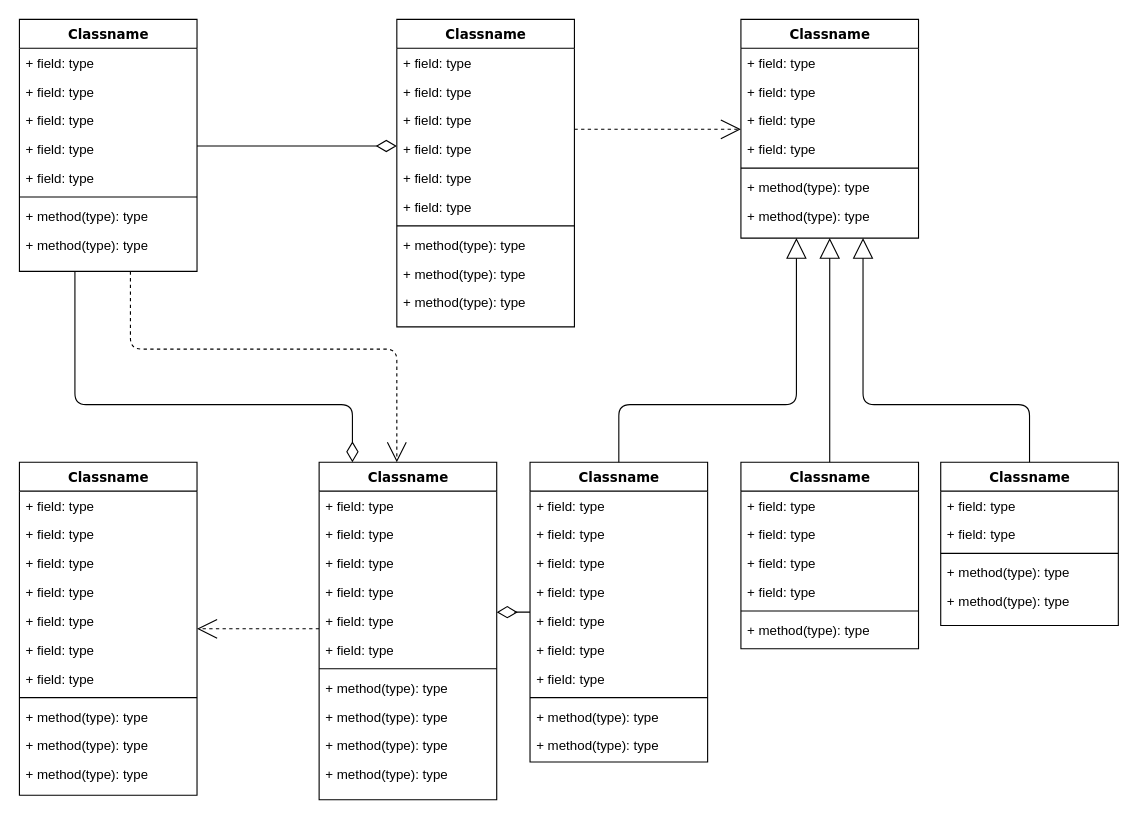
Above: schema/Диаграмма без названия.drawio in IWerwolfe/Telegram (draw.io), before the change. Source tidied: cells renumbered, new cells numbered last; positions are measured from the earlier drawing's top-left corner, leaving out a move shared by most shapes. Both pictures are drawn from the tidied source at 111%, with x=0, y=0 at pixel (19, 19).
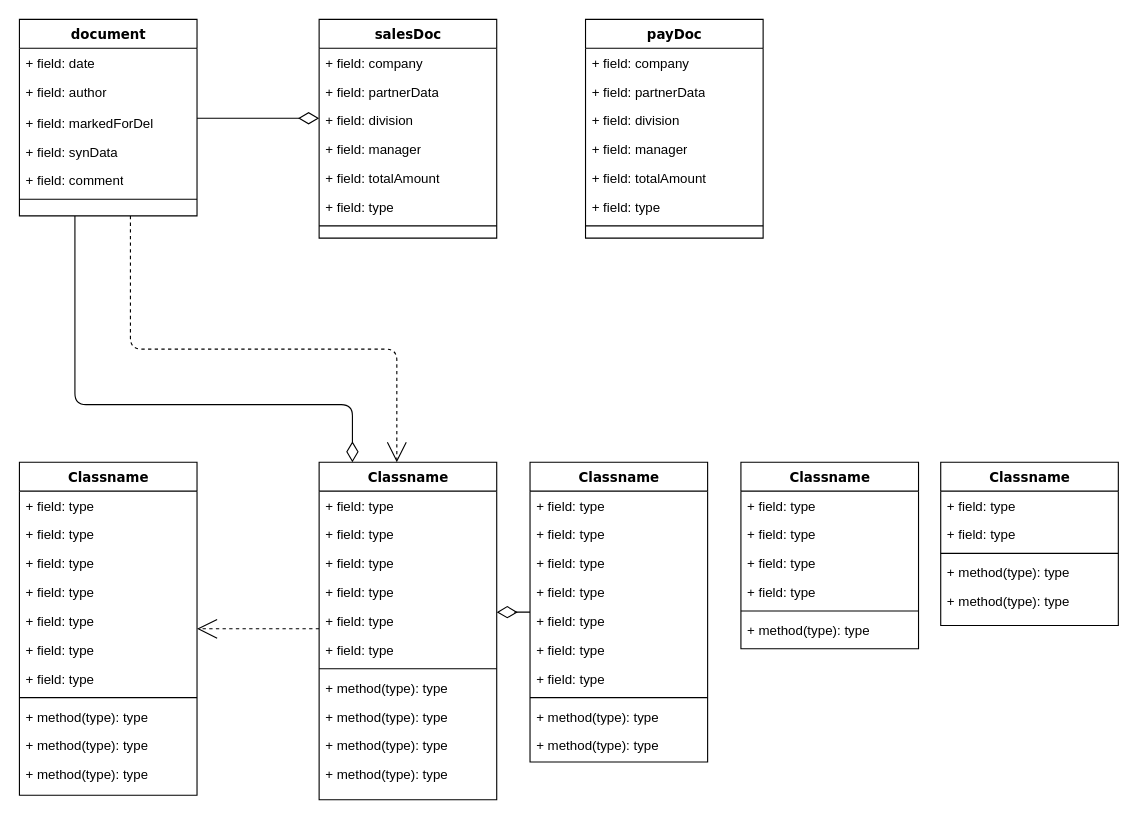
The same diagram, later.

Unchanged cells that the change refers to:
```xml
<mxCell id="60" value="Classname" style="swimlane;html=1;fontStyle=1;align=center;verticalAlign=top;horizontal=1;startSize=26;swimlaneFillColor=#ffffff;rounded=0;shadow=0;comic=0;labelBackgroundColor=none;strokeWidth=1;fillColor=none;fontFamily=Verdana;fontSize=12;" parent="1" vertex="1">
  <mxGeometry x="460" y="399" width="160" height="270" as="geometry" />
</mxCell>
<mxCell id="72" value="Classname" style="swimlane;html=1;fontStyle=1;align=center;verticalAlign=top;horizontal=1;startSize=26;swimlaneFillColor=#ffffff;rounded=0;shadow=0;comic=0;labelBackgroundColor=none;strokeWidth=1;fillColor=none;fontFamily=Verdana;fontSize=12;" parent="1" vertex="1">
  <mxGeometry x="650" y="399" width="160" height="168" as="geometry" />
</mxCell>
<mxCell id="80" value="Classname" style="swimlane;html=1;fontStyle=1;align=center;verticalAlign=top;horizontal=1;startSize=26;swimlaneFillColor=#ffffff;rounded=0;shadow=0;comic=0;labelBackgroundColor=none;strokeWidth=1;fillColor=none;fontFamily=Verdana;fontSize=12;" parent="1" vertex="1">
  <mxGeometry x="830" y="399" width="160" height="147" as="geometry" />
</mxCell>
```

Diff of the diagram source:
```diff
@@
-    <mxCell id="4" value="Classname" style="swimlane;html=1;fontStyle=1;align=center;verticalAlign=top;horizontal=1;startSize=26;swimlaneFillColor=#ffffff;rounded=0;shadow=0;comic=0;labelBackgroundColor=none;strokeWidth=1;fillColor=none;fontFamily=Verdana;fontSize=12;" parent="1" vertex="1">
-      <mxGeometry width="160" height="227" as="geometry" />
+    <mxCell id="4" value="document" style="swimlane;html=1;fontStyle=1;align=center;verticalAlign=top;horizontal=1;startSize=26;swimlaneFillColor=#ffffff;rounded=0;shadow=0;comic=0;labelBackgroundColor=none;strokeWidth=1;fillColor=none;fontFamily=Verdana;fontSize=12;" parent="1" vertex="1">
+      <mxGeometry width="160" height="177" as="geometry" />
     </mxCell>
-    <mxCell id="5" value="+ field: type" style="text;html=1;strokeColor=none;fillColor=none;align=left;verticalAlign=top;spacingLeft=4;spacingRight=4;whiteSpace=wrap;overflow=hidden;" parent="4" vertex="1">
+    <mxCell id="5" value="+ field: date" style="text;html=1;strokeColor=none;fillColor=none;align=left;verticalAlign=top;spacingLeft=4;spacingRight=4;whiteSpace=wrap;overflow=hidden;" parent="4" vertex="1">
       <mxGeometry y="26" width="160" height="26" as="geometry" />
     </mxCell>
-    <mxCell id="6" value="+ field: type" style="text;html=1;strokeColor=none;fillColor=none;align=left;verticalAlign=top;spacingLeft=4;spacingRight=4;whiteSpace=wrap;overflow=hidden;" parent="4" vertex="1">
-      <mxGeometry y="52" width="160" height="26" as="geometry" />
+    <mxCell id="6" value="+ field: author" style="text;html=1;strokeColor=none;fillColor=none;align=left;verticalAlign=top;spacingLeft=4;spacingRight=4;whiteSpace=wrap;overflow=hidden;" parent="4" vertex="1">
+      <mxGeometry y="52" width="160" height="28" as="geometry" />
     </mxCell>
-    <mxCell id="7" value="+ field: type" style="text;html=1;strokeColor=none;fillColor=none;align=left;verticalAlign=top;spacingLeft=4;spacingRight=4;whiteSpace=wrap;overflow=hidden;" parent="4" vertex="1">
-      <mxGeometry y="78" width="160" height="26" as="geometry" />
+    <mxCell id="7" value="+ field: markedForDel" style="text;html=1;strokeColor=none;fillColor=none;align=left;verticalAlign=top;spacingLeft=4;spacingRight=4;whiteSpace=wrap;overflow=hidden;" parent="4" vertex="1">
+      <mxGeometry y="80" width="160" height="26" as="geometry" />
     </mxCell>
-    <mxCell id="8" value="+ field: type" style="text;html=1;strokeColor=none;fillColor=none;align=left;verticalAlign=top;spacingLeft=4;spacingRight=4;whiteSpace=wrap;overflow=hidden;" parent="4" vertex="1">
-      <mxGeometry y="104" width="160" height="26" as="geometry" />
+    <mxCell id="8" value="+ field: synData" style="text;html=1;strokeColor=none;fillColor=none;align=left;verticalAlign=top;spacingLeft=4;spacingRight=4;whiteSpace=wrap;overflow=hidden;" parent="4" vertex="1">
+      <mxGeometry y="106" width="160" height="26" as="geometry" />
     </mxCell>
-    <mxCell id="9" value="+ field: type" style="text;html=1;strokeColor=none;fillColor=none;align=left;verticalAlign=top;spacingLeft=4;spacingRight=4;whiteSpace=wrap;overflow=hidden;" parent="4" vertex="1">
-      <mxGeometry y="130" width="160" height="26" as="geometry" />
+    <mxCell id="9" value="+ field: comment" style="text;html=1;strokeColor=none;fillColor=none;align=left;verticalAlign=top;spacingLeft=4;spacingRight=4;whiteSpace=wrap;overflow=hidden;" parent="4" vertex="1">
+      <mxGeometry y="132" width="160" height="26" as="geometry" />
     </mxCell>
     <mxCell id="10" style="line;html=1;strokeWidth=1;fillColor=none;align=left;verticalAlign=middle;spacingTop=-1;spacingLeft=3;spacingRight=3;labelPosition=right;" parent="4" vertex="1">
-      <mxGeometry y="156" width="160" height="8" as="geometry" />
+      <mxGeometry y="158" width="160" height="8" as="geometry" />
     </mxCell>
-    <mxCell id="11" value="+ method(type): type" style="text;html=1;strokeColor=none;fillColor=none;align=left;verticalAlign=top;spacingLeft=4;spacingRight=4;whiteSpace=wrap;overflow=hidden;" parent="4" vertex="1">
-      <mxGeometry y="164" width="160" height="26" as="geometry" />
-    </mxCell>
-    <mxCell id="12" value="+ method(type): type" style="text;html=1;strokeColor=none;fillColor=none;align=left;verticalAlign=top;spacingLeft=4;spacingRight=4;whiteSpace=wrap;overflow=hidden;" parent="4" vertex="1">
-      <mxGeometry y="190" width="160" height="26" as="geometry" />
-    </mxCell>
-    <mxCell id="13" style="edgeStyle=elbowEdgeStyle;html=1;labelBackgroundColor=none;startFill=0;startSize=8;endArrow=open;endFill=0;endSize=16;fontFamily=Verdana;fontSize=12;elbow=vertical;dashed=1;" parent="1" edge="1" source="14" target="25">
-      <mxGeometry relative="1" as="geometry" />
-    </mxCell>
-    <mxCell id="14" value="Classname" style="swimlane;html=1;fontStyle=1;align=center;verticalAlign=top;horizontal=1;startSize=26;swimlaneFillColor=#ffffff;rounded=0;shadow=0;comic=0;labelBackgroundColor=none;strokeWidth=1;fillColor=none;fontFamily=Verdana;fontSize=12;" parent="1" vertex="1">
-      <mxGeometry x="340" width="160" height="277" as="geometry" />
+    <mxCell id="14" value="salesDoc" style="swimlane;html=1;fontStyle=1;align=center;verticalAlign=top;horizontal=1;startSize=26;swimlaneFillColor=#ffffff;rounded=0;shadow=0;comic=0;labelBackgroundColor=none;strokeWidth=1;fillColor=none;fontFamily=Verdana;fontSize=12;" parent="1" vertex="1">
+      <mxGeometry x="270" width="160" height="197" as="geometry" />
     </mxCell>
-    <mxCell id="15" value="+ field: type" style="text;html=1;strokeColor=none;fillColor=none;align=left;verticalAlign=top;spacingLeft=4;spacingRight=4;whiteSpace=wrap;overflow=hidden;" parent="14" vertex="1">
+    <mxCell id="15" value="+ field: company" style="text;html=1;strokeColor=none;fillColor=none;align=left;verticalAlign=top;spacingLeft=4;spacingRight=4;whiteSpace=wrap;overflow=hidden;" parent="14" vertex="1">
       <mxGeometry y="26" width="160" height="26" as="geometry" />
     </mxCell>
-    <mxCell id="16" value="+ field: type" style="text;html=1;strokeColor=none;fillColor=none;align=left;verticalAlign=top;spacingLeft=4;spacingRight=4;whiteSpace=wrap;overflow=hidden;" parent="14" vertex="1">
+    <mxCell id="16" value="+ field: partnerData" style="text;html=1;strokeColor=none;fillColor=none;align=left;verticalAlign=top;spacingLeft=4;spacingRight=4;whiteSpace=wrap;overflow=hidden;" parent="14" vertex="1">
       <mxGeometry y="52" width="160" height="26" as="geometry" />
     </mxCell>
-    <mxCell id="17" value="+ field: type" style="text;html=1;strokeColor=none;fillColor=none;align=left;verticalAlign=top;spacingLeft=4;spacingRight=4;whiteSpace=wrap;overflow=hidden;" parent="14" vertex="1">
+    <mxCell id="17" value="+ field: division" style="text;html=1;strokeColor=none;fillColor=none;align=left;verticalAlign=top;spacingLeft=4;spacingRight=4;whiteSpace=wrap;overflow=hidden;" parent="14" vertex="1">
       <mxGeometry y="78" width="160" height="26" as="geometry" />
     </mxCell>
-    <mxCell id="18" value="+ field: type" style="text;html=1;strokeColor=none;fillColor=none;align=left;verticalAlign=top;spacingLeft=4;spacingRight=4;whiteSpace=wrap;overflow=hidden;" parent="14" vertex="1">
+    <mxCell id="18" value="+ field: manager" style="text;html=1;strokeColor=none;fillColor=none;align=left;verticalAlign=top;spacingLeft=4;spacingRight=4;whiteSpace=wrap;overflow=hidden;" parent="14" vertex="1">
       <mxGeometry y="104" width="160" height="26" as="geometry" />
     </mxCell>
-    <mxCell id="19" value="+ field: type" style="text;html=1;strokeColor=none;fillColor=none;align=left;verticalAlign=top;spacingLeft=4;spacingRight=4;whiteSpace=wrap;overflow=hidden;" parent="14" vertex="1">
+    <mxCell id="19" value="+ field: totalAmount" style="text;html=1;strokeColor=none;fillColor=none;align=left;verticalAlign=top;spacingLeft=4;spacingRight=4;whiteSpace=wrap;overflow=hidden;" parent="14" vertex="1">
       <mxGeometry y="130" width="160" height="26" as="geometry" />
     </mxCell>
@@
-    <mxCell id="22" value="+ method(type): type" style="text;html=1;strokeColor=none;fillColor=none;align=left;verticalAlign=top;spacingLeft=4;spacingRight=4;whiteSpace=wrap;overflow=hidden;" parent="14" vertex="1">
-      <mxGeometry y="190" width="160" height="26" as="geometry" />
-    </mxCell>
-    <mxCell id="23" value="+ method(type): type" style="text;html=1;strokeColor=none;fillColor=none;align=left;verticalAlign=top;spacingLeft=4;spacingRight=4;whiteSpace=wrap;overflow=hidden;" parent="14" vertex="1">
-      <mxGeometry y="216" width="160" height="26" as="geometry" />
-    </mxCell>
-    <mxCell id="24" value="+ method(type): type" style="text;html=1;strokeColor=none;fillColor=none;align=left;verticalAlign=top;spacingLeft=4;spacingRight=4;whiteSpace=wrap;overflow=hidden;" parent="14" vertex="1">
-      <mxGeometry y="242" width="160" height="26" as="geometry" />
-    </mxCell>
-    <mxCell id="25" value="Classname" style="swimlane;html=1;fontStyle=1;align=center;verticalAlign=top;horizontal=1;startSize=26;swimlaneFillColor=#ffffff;rounded=0;shadow=0;comic=0;labelBackgroundColor=none;strokeWidth=1;fillColor=none;fontFamily=Verdana;fontSize=12;" parent="1" vertex="1">
-      <mxGeometry x="650" width="160" height="197" as="geometry" />
-    </mxCell>
-    <mxCell id="26" value="+ field: type" style="text;html=1;strokeColor=none;fillColor=none;align=left;verticalAlign=top;spacingLeft=4;spacingRight=4;whiteSpace=wrap;overflow=hidden;" parent="25" vertex="1">
-      <mxGeometry y="26" width="160" height="26" as="geometry" />
-    </mxCell>
-    <mxCell id="27" value="+ field: type" style="text;html=1;strokeColor=none;fillColor=none;align=left;verticalAlign=top;spacingLeft=4;spacingRight=4;whiteSpace=wrap;overflow=hidden;" parent="25" vertex="1">
-      <mxGeometry y="52" width="160" height="26" as="geometry" />
-    </mxCell>
-    <mxCell id="28" value="+ field: type" style="text;html=1;strokeColor=none;fillColor=none;align=left;verticalAlign=top;spacingLeft=4;spacingRight=4;whiteSpace=wrap;overflow=hidden;" parent="25" vertex="1">
-      <mxGeometry y="78" width="160" height="26" as="geometry" />
-    </mxCell>
-    <mxCell id="29" value="+ field: type" style="text;html=1;strokeColor=none;fillColor=none;align=left;verticalAlign=top;spacingLeft=4;spacingRight=4;whiteSpace=wrap;overflow=hidden;" parent="25" vertex="1">
-      <mxGeometry y="104" width="160" height="26" as="geometry" />
-    </mxCell>
-    <mxCell id="30" style="line;html=1;strokeWidth=1;fillColor=none;align=left;verticalAlign=middle;spacingTop=-1;spacingLeft=3;spacingRight=3;labelPosition=right;" parent="25" vertex="1">
-      <mxGeometry y="130" width="160" height="8" as="geometry" />
-    </mxCell>
-    <mxCell id="31" value="+ method(type): type" style="text;html=1;strokeColor=none;fillColor=none;align=left;verticalAlign=top;spacingLeft=4;spacingRight=4;whiteSpace=wrap;overflow=hidden;" parent="25" vertex="1">
-      <mxGeometry y="138" width="160" height="26" as="geometry" />
-    </mxCell>
-    <mxCell id="32" value="+ method(type): type" style="text;html=1;strokeColor=none;fillColor=none;align=left;verticalAlign=top;spacingLeft=4;spacingRight=4;whiteSpace=wrap;overflow=hidden;" parent="25" vertex="1">
-      <mxGeometry y="164" width="160" height="26" as="geometry" />
-    </mxCell>
@@
-    <mxCell id="59" style="edgeStyle=orthogonalEdgeStyle;html=1;labelBackgroundColor=none;startFill=0;startSize=8;endArrow=block;endFill=0;endSize=16;fontFamily=Verdana;fontSize=12;" parent="1" edge="1" source="60" target="25">
-      <mxGeometry relative="1" as="geometry">
-        <Array as="points">
-          <mxPoint x="540" y="347" />
-          <mxPoint x="700" y="347" />
-        </Array>
-      </mxGeometry>
-    </mxCell>
@@
-    <mxCell id="71" style="edgeStyle=orthogonalEdgeStyle;html=1;labelBackgroundColor=none;startFill=0;startSize=8;endArrow=block;endFill=0;endSize=16;fontFamily=Verdana;fontSize=12;" parent="1" edge="1" source="72" target="25">
-      <mxGeometry relative="1" as="geometry" />
-    </mxCell>
@@
-    <mxCell id="79" style="edgeStyle=orthogonalEdgeStyle;html=1;labelBackgroundColor=none;startFill=0;startSize=8;endArrow=block;endFill=0;endSize=16;fontFamily=Verdana;fontSize=12;" parent="1" edge="1" source="80" target="25">
-      <mxGeometry relative="1" as="geometry">
-        <Array as="points">
-          <mxPoint x="910" y="347" />
-          <mxPoint x="760" y="347" />
-        </Array>
-      </mxGeometry>
-    </mxCell>
@@
+    <mxCell id="87" value="payDoc" style="swimlane;html=1;fontStyle=1;align=center;verticalAlign=top;horizontal=1;startSize=26;swimlaneFillColor=#ffffff;rounded=0;shadow=0;comic=0;labelBackgroundColor=none;strokeWidth=1;fillColor=none;fontFamily=Verdana;fontSize=12;" parent="1" vertex="1">
+      <mxGeometry x="510" width="160" height="197" as="geometry" />
+    </mxCell>
+    <mxCell id="88" value="+ field: company" style="text;html=1;strokeColor=none;fillColor=none;align=left;verticalAlign=top;spacingLeft=4;spacingRight=4;whiteSpace=wrap;overflow=hidden;" parent="87" vertex="1">
+      <mxGeometry y="26" width="160" height="26" as="geometry" />
+    </mxCell>
+    <mxCell id="89" value="+ field: partnerData" style="text;html=1;strokeColor=none;fillColor=none;align=left;verticalAlign=top;spacingLeft=4;spacingRight=4;whiteSpace=wrap;overflow=hidden;" parent="87" vertex="1">
+      <mxGeometry y="52" width="160" height="26" as="geometry" />
+    </mxCell>
+    <mxCell id="90" value="+ field: division" style="text;html=1;strokeColor=none;fillColor=none;align=left;verticalAlign=top;spacingLeft=4;spacingRight=4;whiteSpace=wrap;overflow=hidden;" parent="87" vertex="1">
+      <mxGeometry y="78" width="160" height="26" as="geometry" />
+    </mxCell>
+    <mxCell id="91" value="+ field: manager" style="text;html=1;strokeColor=none;fillColor=none;align=left;verticalAlign=top;spacingLeft=4;spacingRight=4;whiteSpace=wrap;overflow=hidden;" parent="87" vertex="1">
+      <mxGeometry y="104" width="160" height="26" as="geometry" />
+    </mxCell>
+    <mxCell id="92" value="+ field: totalAmount" style="text;html=1;strokeColor=none;fillColor=none;align=left;verticalAlign=top;spacingLeft=4;spacingRight=4;whiteSpace=wrap;overflow=hidden;" parent="87" vertex="1">
+      <mxGeometry y="130" width="160" height="26" as="geometry" />
+    </mxCell>
+    <mxCell id="93" value="+ field: type" style="text;html=1;strokeColor=none;fillColor=none;align=left;verticalAlign=top;spacingLeft=4;spacingRight=4;whiteSpace=wrap;overflow=hidden;" parent="87" vertex="1">
+      <mxGeometry y="156" width="160" height="26" as="geometry" />
+    </mxCell>
+    <mxCell id="94" style="line;html=1;strokeWidth=1;fillColor=none;align=left;verticalAlign=middle;spacingTop=-1;spacingLeft=3;spacingRight=3;labelPosition=right;" parent="87" vertex="1">
+      <mxGeometry y="182" width="160" height="8" as="geometry" />
+    </mxCell>
```
